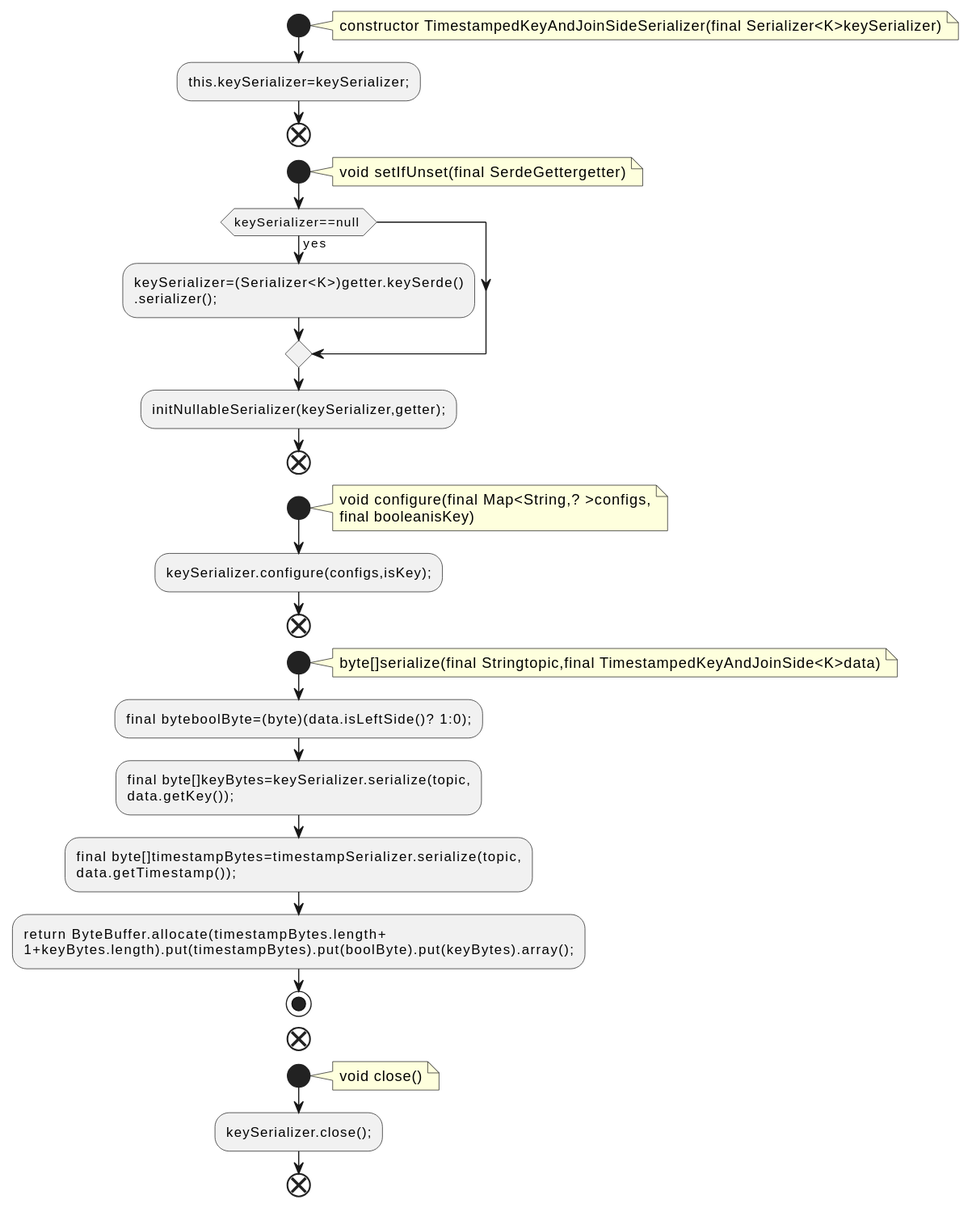
The PlantUML diagram docs/qc/streams/src/main/java/org/apache/kafka/streams/state/internals/TimestampedKeyAndJoinSideSerializer.java.fct.svg in qualitesys/kafka, before a commit.
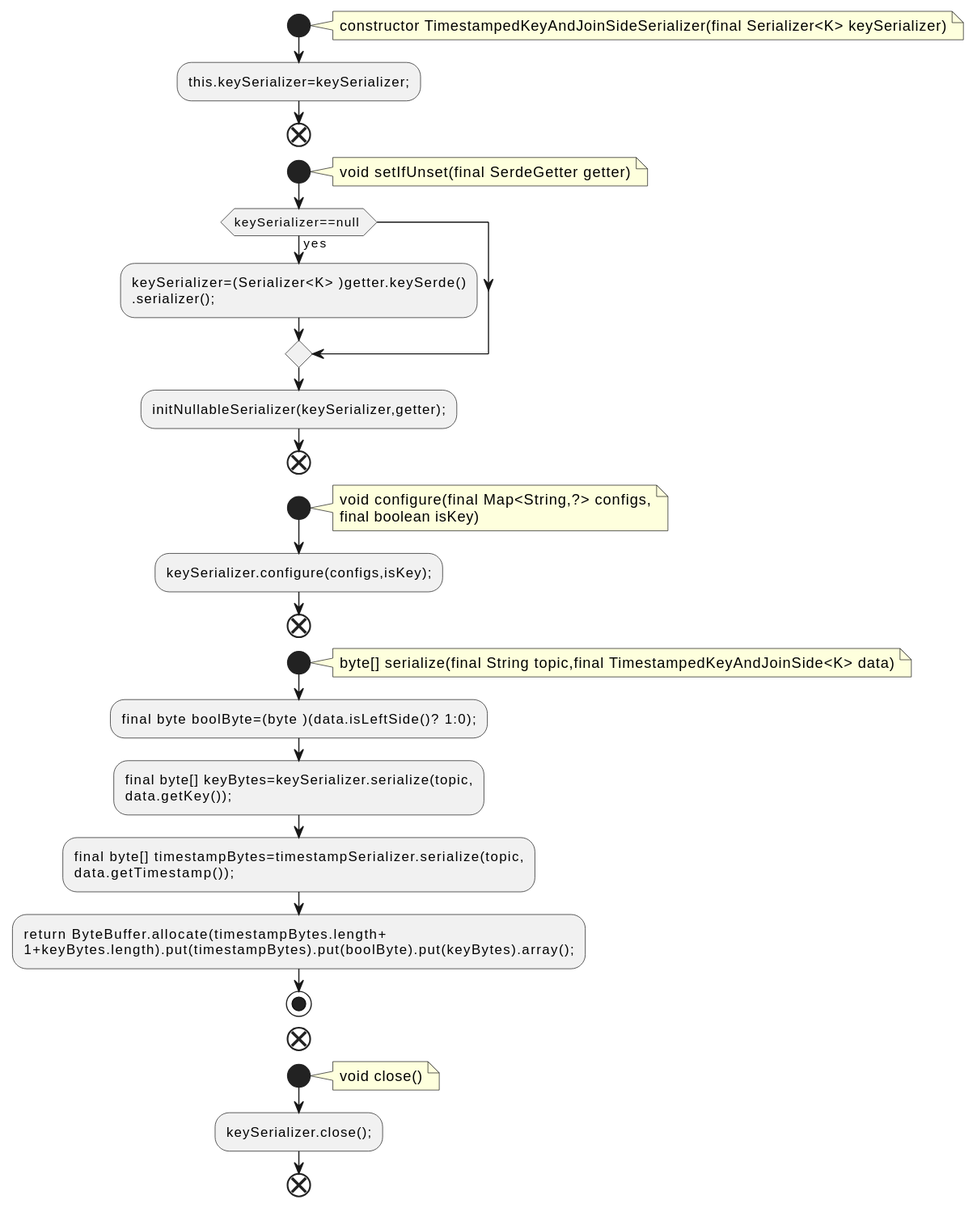
Later version of the same file.

Change to the diagram source:
```diff
@@ -2,35 +2,35 @@
 !pragma layout smetana
 start
 note right
-constructor TimestampedKeyAndJoinSideSerializer(final Serializer<K>keySerializer)
+constructor TimestampedKeyAndJoinSideSerializer(final Serializer<K> keySerializer)
 end note
 :this.keySerializer=keySerializer;;
 end
 start
 note right
-void setIfUnset(final SerdeGettergetter)
+void setIfUnset(final SerdeGetter getter)
 end note
 if (keySerializer==null ) then (yes)
-:keySerializer=(Serializer<K>)getter.keySerde()
+:keySerializer=(Serializer<K> )getter.keySerde()
 .serializer();;
 endif
 :initNullableSerializer(keySerializer,getter);;
 end
 start
 note right
-void configure(final Map<String,? >configs,
-final booleanisKey)
+void configure(final Map<String,?> configs,
+final boolean isKey)
 end note
 :keySerializer.configure(configs,isKey);;
 end
 start
 note right
-byte[]serialize(final Stringtopic,final TimestampedKeyAndJoinSide<K>data)
+byte[] serialize(final String topic,final TimestampedKeyAndJoinSide<K> data)
 end note
-:final byteboolByte=(byte)(data.isLeftSide()? 1:0);;
-:final byte[]keyBytes=keySerializer.serialize(topic,
+:final byte boolByte=(byte )(data.isLeftSide()? 1:0);;
+:final byte[] keyBytes=keySerializer.serialize(topic,
 data.getKey());;
-:final byte[]timestampBytes=timestampSerializer.serialize(topic,
+:final byte[] timestampBytes=timestampSerializer.serialize(topic,
 data.getTimestamp());;
 :return ByteBuffer.allocate(timestampBytes.length+
 1+keyBytes.length).put(timestampBytes).put(boolByte).put(keyBytes).array();;
```
